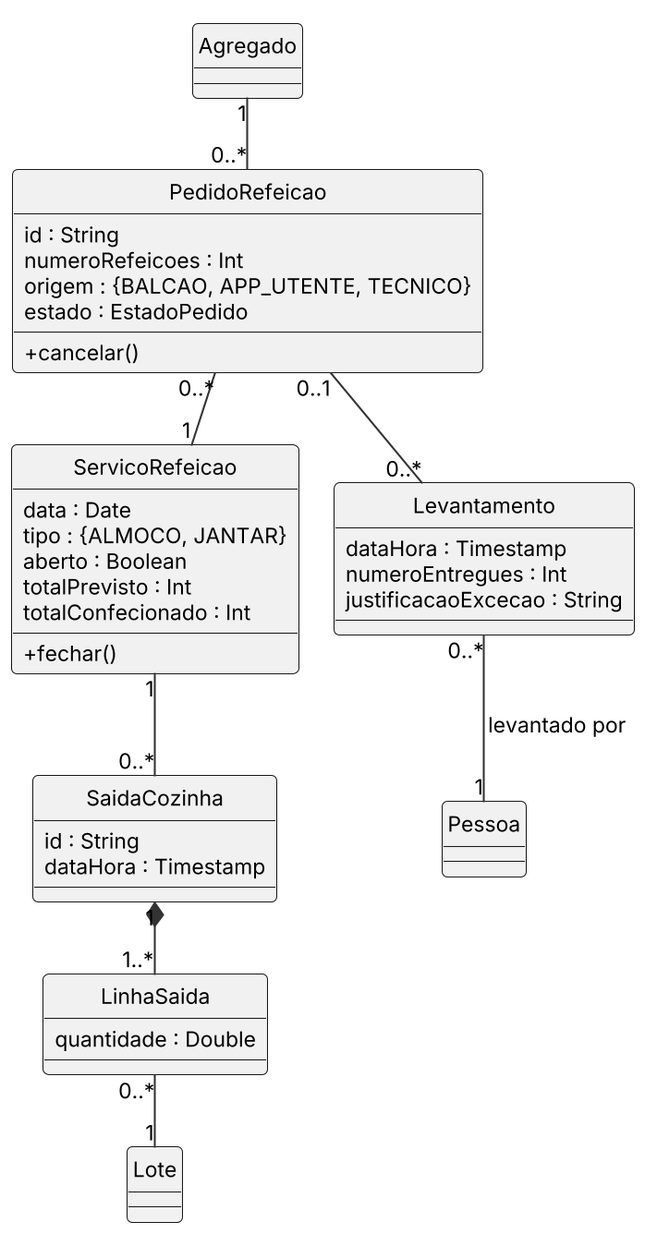
Miguel31028/GASC keeps this PlantUML diagram as Docs/diagramas/cl_refeicoes.png. Above is the earlier version.
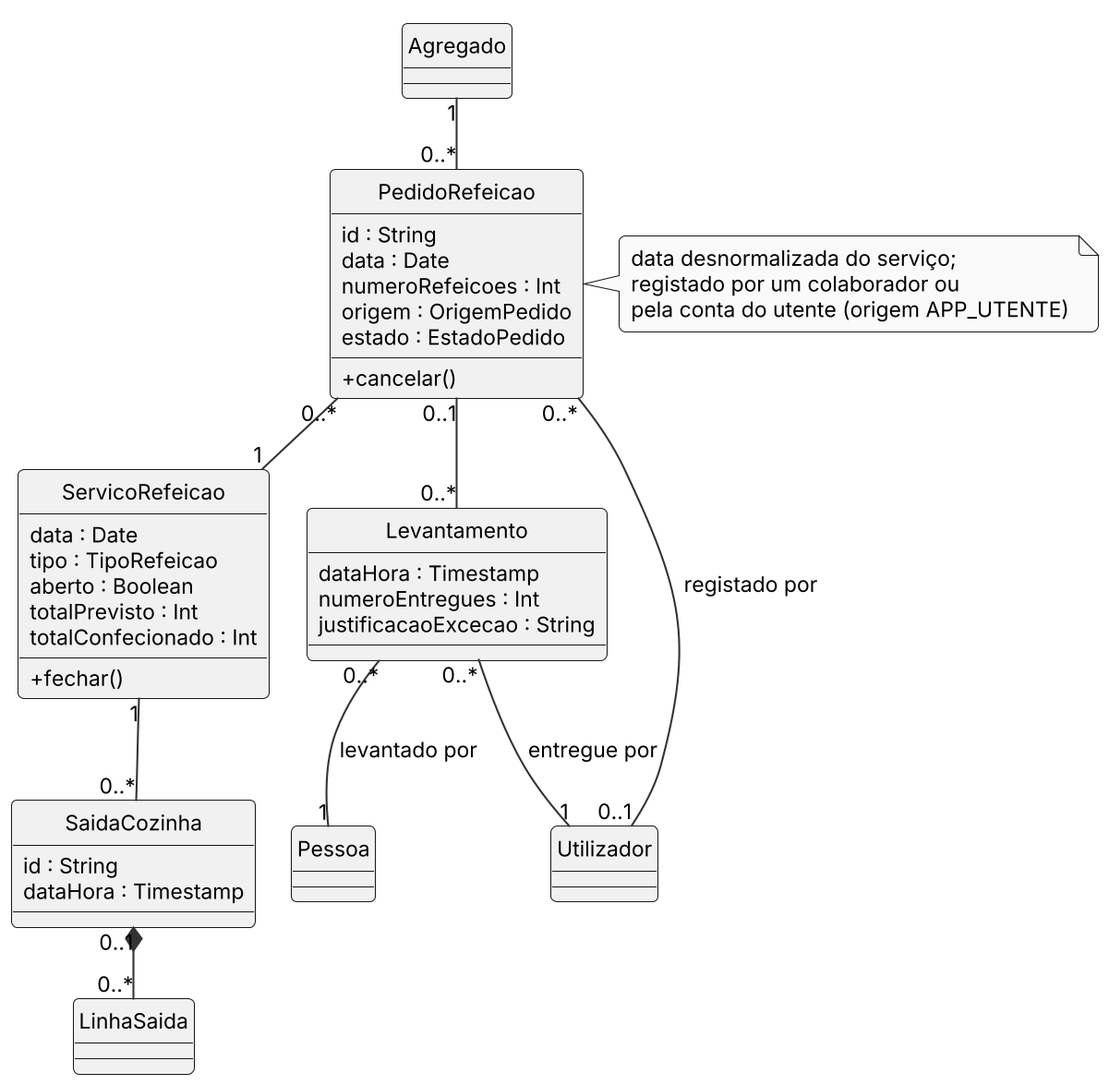
After the change.

The edit, as a diff of the source:
```diff
@@ -4,7 +4,7 @@
 skinparam classAttributeIconSize 0
 class ServicoRefeicao {
   data : Date
-  tipo : {ALMOCO, JANTAR}
+  tipo : TipoRefeicao
   aberto : Boolean
   totalPrevisto : Int
   totalConfecionado : Int
@@ -12,8 +12,9 @@
 }
 class PedidoRefeicao {
   id : String
+  data : Date
   numeroRefeicoes : Int
-  origem : {BALCAO, APP_UTENTE, TECNICO}
+  origem : OrigemPedido
   estado : EstadoPedido
   +cancelar()
 }
@@ -26,17 +27,17 @@
   id : String
   dataHora : Timestamp
 }
-class LinhaSaida {
-  quantidade : Double
-}
+class LinhaSaida
 class Agregado
 class Pessoa
-class Lote
+class Utilizador
 Agregado "1" -- "0..*" PedidoRefeicao
 PedidoRefeicao "0..*" -- "1" ServicoRefeicao
+PedidoRefeicao "0..*" -- "0..1" Utilizador : registado por >
 PedidoRefeicao "0..1" -- "0..*" Levantamento
 Levantamento "0..*" -- "1" Pessoa : levantado por >
+Levantamento "0..*" -- "1" Utilizador : entregue por >
 ServicoRefeicao "1" -- "0..*" SaidaCozinha
-SaidaCozinha "1" *-- "1..*" LinhaSaida
-LinhaSaida "0..*" -- "1" Lote
+SaidaCozinha "0..1" *-- "0..*" LinhaSaida
+note right of PedidoRefeicao : data desnormalizada do serviço;\nregistado por um colaborador ou\npela conta do utente (origem APP_UTENTE)
 @enduml
```
